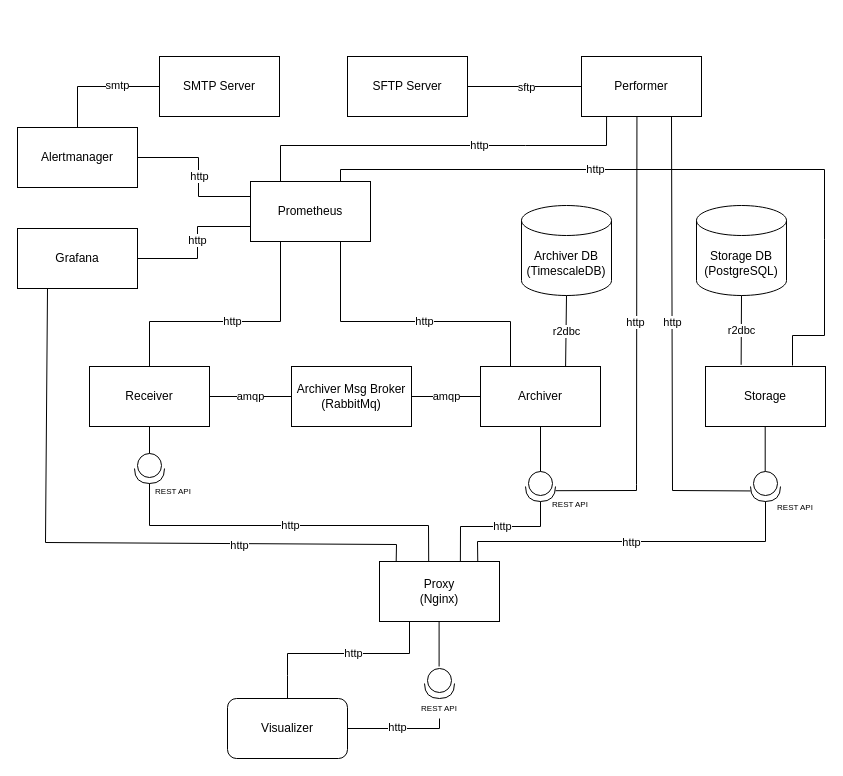
Earlier version of the draw.io diagram utils/docs/location-tracker-architecture.drawio (DSniatecki/location-tracker). Source tidied: cells renumbered, new cells numbered last; positions are measured from the earlier drawing's top-left corner, leaving out a move shared by most shapes. Both pictures are drawn from the tidied source at 100%, with x=0, y=0 at pixel (17, 56).
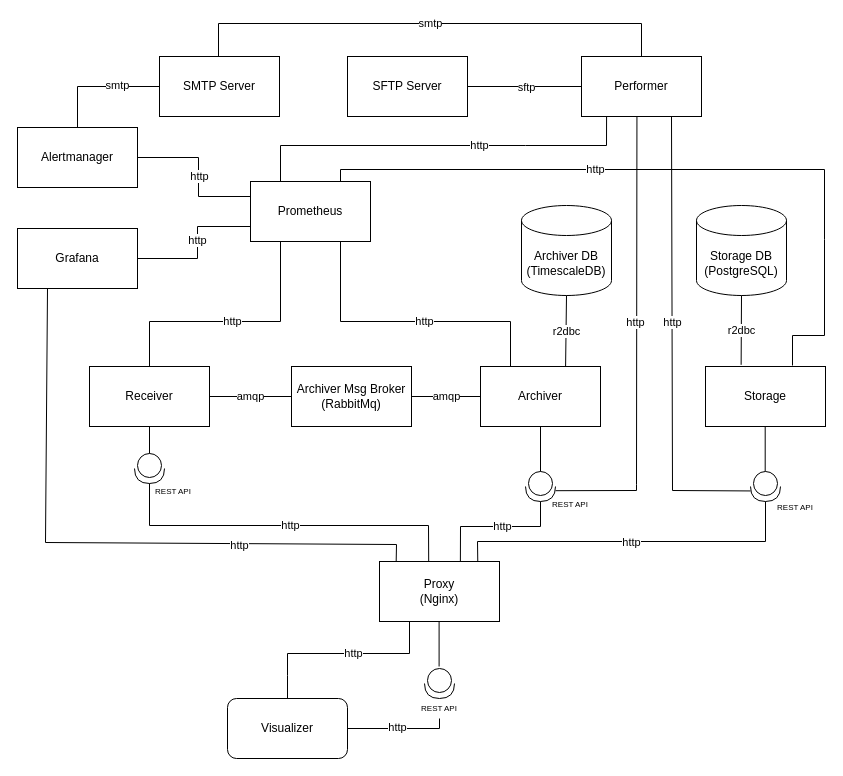
The same page after the edit.

The change refers to these unchanged cells:
```xml
<mxCell id="41" value="Performer" style="rounded=0;whiteSpace=wrap;html=1;" parent="1" vertex="1">
  <mxGeometry x="564" width="120" height="60" as="geometry" />
</mxCell>
```

Diff of the diagram source:
```diff
@@
+    <mxCell id="58" value="smtp" style="endArrow=none;html=1;rounded=0;exitX=0.5;exitY=0;exitDx=0;exitDy=0;entryX=0.5;entryY=0;entryDx=0;entryDy=0;" parent="1" edge="1" target="41">
+      <mxGeometry relative="1" as="geometry">
+        <mxPoint x="201" as="sourcePoint" />
+        <Array as="points">
+          <mxPoint x="201" y="-33" />
+          <mxPoint x="412" y="-33" />
+          <mxPoint x="624" y="-33" />
+        </Array>
+      </mxGeometry>
+    </mxCell>
```
